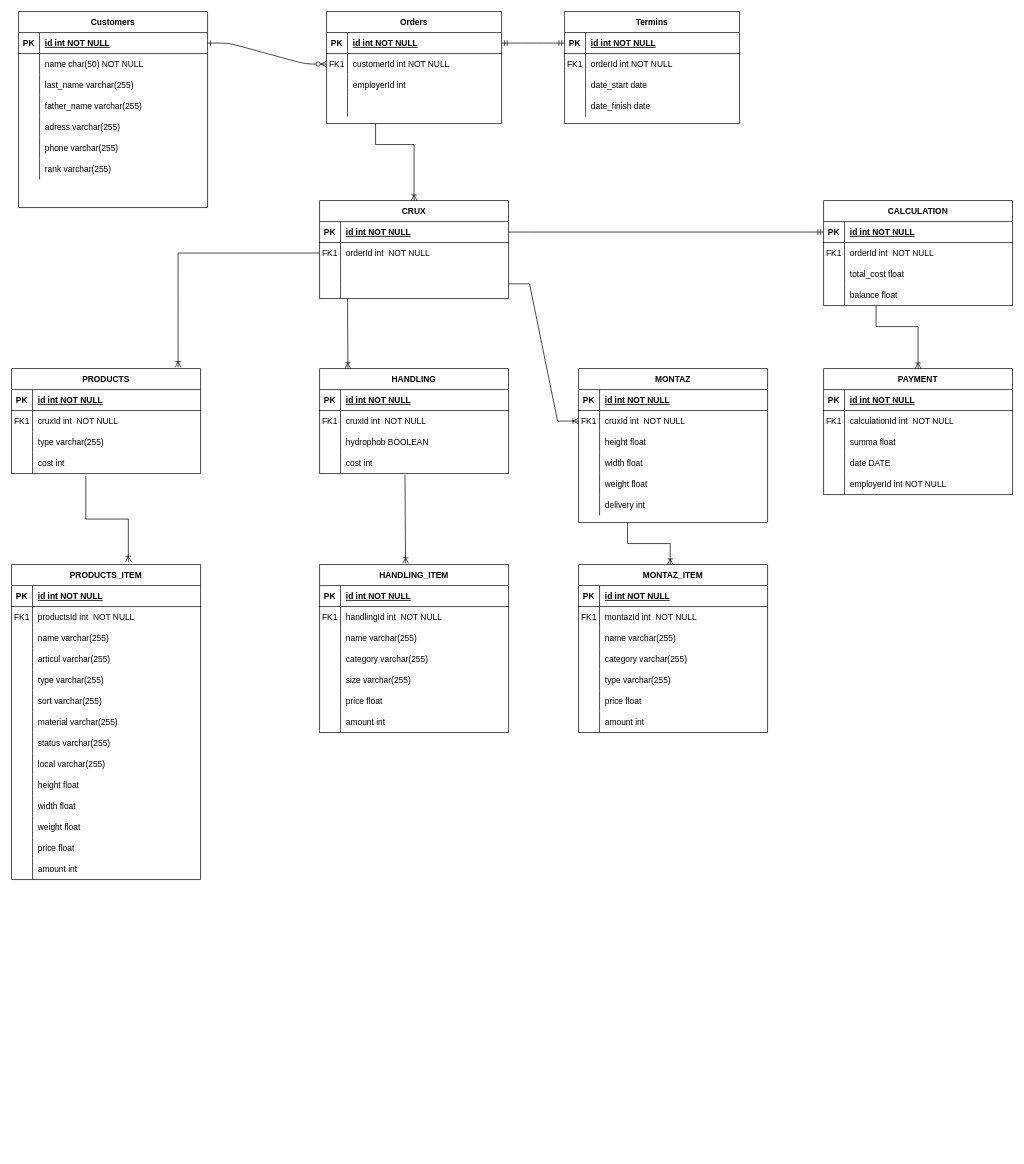
Above: Untitled Diagram.drawio in Tirpitztt/Dogs (draw.io), before the change. Source tidied: cells renumbered, new cells numbered last; positions are measured from the earlier drawing's top-left corner, leaving out a move shared by most shapes. Both pictures are drawn from the tidied source at 70%, with x=0, y=0 at pixel (11, 11).
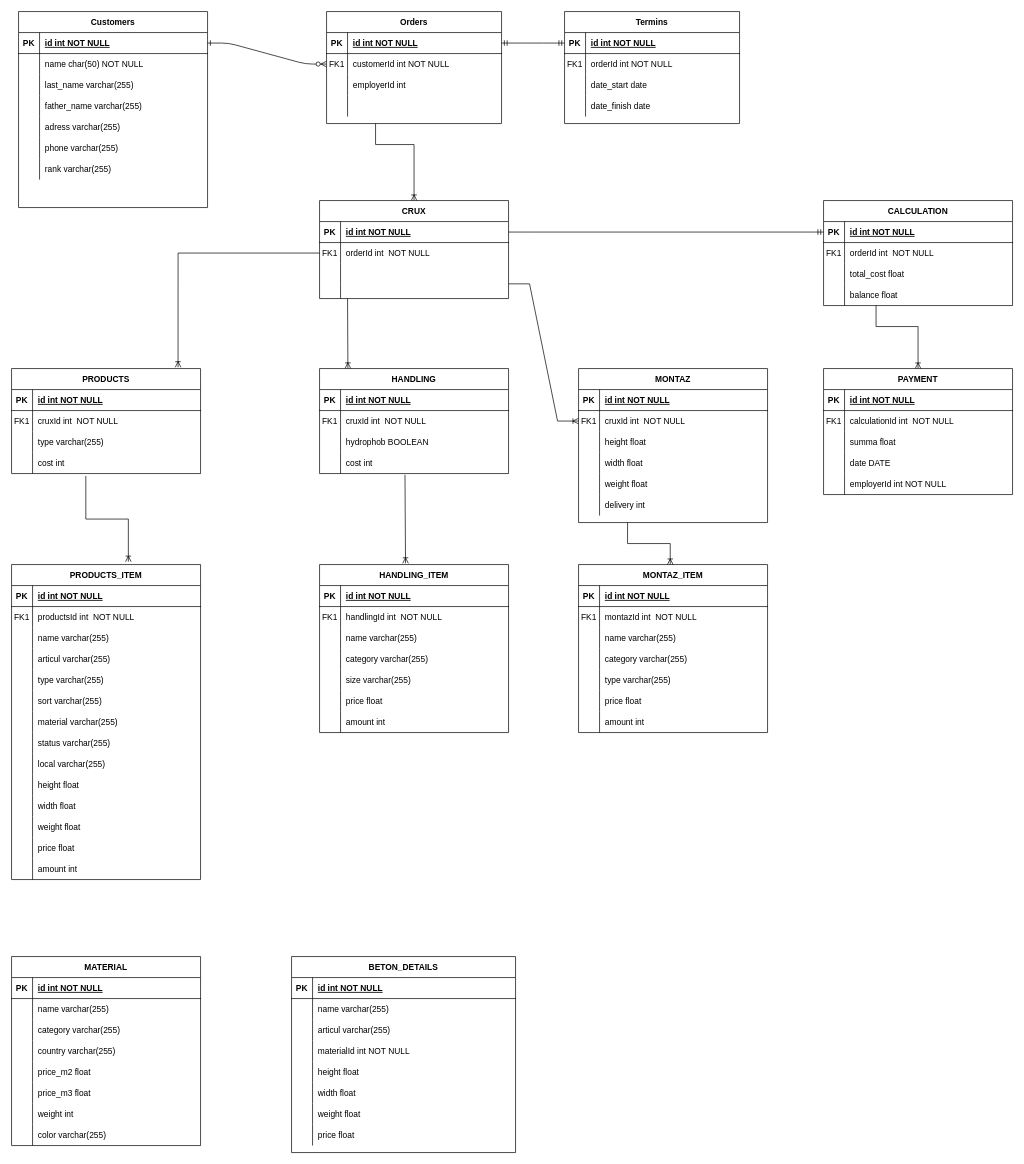
Above is the later version.

Diff of the diagram source:
```diff
@@
+    <mxCell id="235" value="MATERIAL" style="shape=table;startSize=30;childLayout=tableLayout;rowLines=0;fontStyle=1;align=center;" parent="1" vertex="1">
+      <mxGeometry y="1350" width="270" height="270" as="geometry" />
+    </mxCell>
+    <mxCell id="236" style="shape=partialRectangle;fillColor=none;top=0;left=0;right=0;bottom=1;" parent="235" vertex="1">
+      <mxGeometry y="30" width="270" height="30" as="geometry" />
+    </mxCell>
+    <mxCell id="237" value="PK" style="shape=partialRectangle;overflow=hidden;fillColor=none;top=0;left=0;bottom=0;right=0;fontStyle=1;" parent="236" vertex="1">
+      <mxGeometry width="30" height="30" as="geometry" />
+    </mxCell>
+    <mxCell id="238" value="id int NOT NULL " style="shape=partialRectangle;overflow=hidden;fillColor=none;top=0;left=0;bottom=0;right=0;align=left;spacingLeft=6;fontStyle=5;" parent="236" vertex="1">
+      <mxGeometry x="30" width="240" height="30" as="geometry" />
+    </mxCell>
+    <mxCell id="239" style="shape=partialRectangle;fillColor=none;top=0;left=0;right=0;bottom=0;" parent="235" vertex="1">
+      <mxGeometry y="60" width="270" height="30" as="geometry" />
+    </mxCell>
+    <mxCell id="240" style="shape=partialRectangle;overflow=hidden;fillColor=none;top=0;left=0;bottom=0;right=0;" parent="239" vertex="1">
+      <mxGeometry width="30" height="30" as="geometry" />
+    </mxCell>
+    <mxCell id="241" value="name varchar(255)" style="shape=partialRectangle;overflow=hidden;fillColor=none;top=0;left=0;bottom=0;right=0;align=left;spacingLeft=6;" parent="239" vertex="1">
+      <mxGeometry x="30" width="240" height="30" as="geometry" />
+    </mxCell>
+    <mxCell id="242" style="shape=partialRectangle;fillColor=none;top=0;left=0;right=0;bottom=0;" parent="235" vertex="1">
+      <mxGeometry y="90" width="270" height="30" as="geometry" />
+    </mxCell>
+    <mxCell id="243" style="shape=partialRectangle;overflow=hidden;fillColor=none;top=0;left=0;bottom=0;right=0;" parent="242" vertex="1">
+      <mxGeometry width="30" height="30" as="geometry" />
+    </mxCell>
+    <mxCell id="244" value="category varchar(255)" style="shape=partialRectangle;overflow=hidden;fillColor=none;top=0;left=0;bottom=0;right=0;align=left;spacingLeft=6;" parent="242" vertex="1">
+      <mxGeometry x="30" width="240" height="30" as="geometry" />
+    </mxCell>
+    <mxCell id="245" style="shape=partialRectangle;fillColor=none;top=0;left=0;right=0;bottom=0;" parent="235" vertex="1">
+      <mxGeometry y="120" width="270" height="30" as="geometry" />
+    </mxCell>
+    <mxCell id="246" style="shape=partialRectangle;overflow=hidden;fillColor=none;top=0;left=0;bottom=0;right=0;" parent="245" vertex="1">
+      <mxGeometry width="30" height="30" as="geometry" />
+    </mxCell>
+    <mxCell id="247" value="country varchar(255)" style="shape=partialRectangle;overflow=hidden;fillColor=none;top=0;left=0;bottom=0;right=0;align=left;spacingLeft=6;" parent="245" vertex="1">
+      <mxGeometry x="30" width="240" height="30" as="geometry" />
+    </mxCell>
+    <mxCell id="248" style="shape=partialRectangle;fillColor=none;top=0;left=0;right=0;bottom=0;" parent="235" vertex="1">
+      <mxGeometry y="150" width="270" height="30" as="geometry" />
+    </mxCell>
+    <mxCell id="249" style="shape=partialRectangle;overflow=hidden;fillColor=none;top=0;left=0;bottom=0;right=0;" parent="248" vertex="1">
+      <mxGeometry width="30" height="30" as="geometry" />
+    </mxCell>
+    <mxCell id="250" value="price_m2 float" style="shape=partialRectangle;overflow=hidden;fillColor=none;top=0;left=0;bottom=0;right=0;align=left;spacingLeft=6;" parent="248" vertex="1">
+      <mxGeometry x="30" width="240" height="30" as="geometry" />
+    </mxCell>
+    <mxCell id="251" style="shape=partialRectangle;fillColor=none;top=0;left=0;right=0;bottom=0;" parent="235" vertex="1">
+      <mxGeometry y="180" width="270" height="30" as="geometry" />
+    </mxCell>
+    <mxCell id="252" style="shape=partialRectangle;overflow=hidden;fillColor=none;top=0;left=0;bottom=0;right=0;" parent="251" vertex="1">
+      <mxGeometry width="30" height="30" as="geometry" />
+    </mxCell>
+    <mxCell id="253" value="price_m3 float" style="shape=partialRectangle;overflow=hidden;fillColor=none;top=0;left=0;bottom=0;right=0;align=left;spacingLeft=6;" parent="251" vertex="1">
+      <mxGeometry x="30" width="240" height="30" as="geometry" />
+    </mxCell>
+    <mxCell id="254" style="shape=partialRectangle;fillColor=none;top=0;left=0;right=0;bottom=0;" parent="235" vertex="1">
+      <mxGeometry y="210" width="270" height="30" as="geometry" />
+    </mxCell>
+    <mxCell id="255" style="shape=partialRectangle;overflow=hidden;fillColor=none;top=0;left=0;bottom=0;right=0;" parent="254" vertex="1">
+      <mxGeometry width="30" height="30" as="geometry" />
+    </mxCell>
+    <mxCell id="256" value="weight int" style="shape=partialRectangle;overflow=hidden;fillColor=none;top=0;left=0;bottom=0;right=0;align=left;spacingLeft=6;" parent="254" vertex="1">
+      <mxGeometry x="30" width="240" height="30" as="geometry" />
+    </mxCell>
+    <mxCell id="257" style="shape=partialRectangle;fillColor=none;top=0;left=0;right=0;bottom=0;" parent="235" vertex="1">
+      <mxGeometry y="240" width="270" height="30" as="geometry" />
+    </mxCell>
+    <mxCell id="258" style="shape=partialRectangle;overflow=hidden;fillColor=none;top=0;left=0;bottom=0;right=0;" parent="257" vertex="1">
+      <mxGeometry width="30" height="30" as="geometry" />
+    </mxCell>
+    <mxCell id="259" value="color varchar(255)" style="shape=partialRectangle;overflow=hidden;fillColor=none;top=0;left=0;bottom=0;right=0;align=left;spacingLeft=6;" parent="257" vertex="1">
+      <mxGeometry x="30" width="240" height="30" as="geometry" />
+    </mxCell>
+    <mxCell id="260" value="BETON_DETAILS" style="shape=table;startSize=30;childLayout=tableLayout;rowLines=0;fontStyle=1;align=center;" parent="1" vertex="1">
+      <mxGeometry x="400" y="1350" width="320" height="280" as="geometry" />
+    </mxCell>
+    <mxCell id="261" style="shape=partialRectangle;fillColor=none;top=0;left=0;bottom=1;right=0;" parent="260" vertex="1">
+      <mxGeometry y="30" width="320" height="30" as="geometry" />
+    </mxCell>
+    <mxCell id="262" value="PK" style="shape=partialRectangle;fillColor=none;top=0;left=0;bottom=0;right=0;fontStyle=1;overflow=hidden;" parent="261" vertex="1">
+      <mxGeometry width="30" height="30" as="geometry" />
+    </mxCell>
+    <mxCell id="263" value="id int NOT NULL" style="shape=partialRectangle;fillColor=none;top=0;left=0;bottom=0;right=0;align=left;spacingLeft=6;fontStyle=5;overflow=hidden;" parent="261" vertex="1">
+      <mxGeometry x="30" width="290" height="30" as="geometry" />
+    </mxCell>
+    <mxCell id="264" style="shape=partialRectangle;fillColor=none;top=0;left=0;bottom=0;right=0;" parent="260" vertex="1">
+      <mxGeometry y="60" width="320" height="30" as="geometry" />
+    </mxCell>
+    <mxCell id="265" style="shape=partialRectangle;fillColor=none;top=0;left=0;bottom=0;right=0;overflow=hidden;" parent="264" vertex="1">
+      <mxGeometry width="30" height="30" as="geometry" />
+    </mxCell>
+    <mxCell id="266" value="name varchar(255)" style="shape=partialRectangle;fillColor=none;top=0;left=0;bottom=0;right=0;align=left;spacingLeft=6;overflow=hidden;" parent="264" vertex="1">
+      <mxGeometry x="30" width="290" height="30" as="geometry" />
+    </mxCell>
+    <mxCell id="267" style="shape=partialRectangle;fillColor=none;top=0;left=0;bottom=0;right=0;" parent="260" vertex="1">
+      <mxGeometry y="90" width="320" height="30" as="geometry" />
+    </mxCell>
+    <mxCell id="268" style="shape=partialRectangle;fillColor=none;top=0;left=0;bottom=0;right=0;overflow=hidden;" parent="267" vertex="1">
+      <mxGeometry width="30" height="30" as="geometry" />
+    </mxCell>
+    <mxCell id="269" value="articul varchar(255)" style="shape=partialRectangle;fillColor=none;top=0;left=0;bottom=0;right=0;align=left;spacingLeft=6;overflow=hidden;" parent="267" vertex="1">
+      <mxGeometry x="30" width="290" height="30" as="geometry" />
+    </mxCell>
+    <mxCell id="270" style="shape=partialRectangle;fillColor=none;top=0;left=0;bottom=0;right=0;" parent="260" vertex="1">
+      <mxGeometry y="120" width="320" height="30" as="geometry" />
+    </mxCell>
+    <mxCell id="271" style="shape=partialRectangle;fillColor=none;top=0;left=0;bottom=0;right=0;overflow=hidden;" parent="270" vertex="1">
+      <mxGeometry width="30" height="30" as="geometry" />
+    </mxCell>
+    <mxCell id="272" value="materialId int NOT NULL" style="shape=partialRectangle;fillColor=none;top=0;left=0;bottom=0;right=0;align=left;spacingLeft=6;overflow=hidden;" parent="270" vertex="1">
+      <mxGeometry x="30" width="290" height="30" as="geometry" />
+    </mxCell>
+    <mxCell id="273" style="shape=partialRectangle;fillColor=none;top=0;left=0;bottom=0;right=0;" parent="260" vertex="1">
+      <mxGeometry y="150" width="320" height="30" as="geometry" />
+    </mxCell>
+    <mxCell id="274" style="shape=partialRectangle;fillColor=none;top=0;left=0;bottom=0;right=0;overflow=hidden;" parent="273" vertex="1">
+      <mxGeometry width="30" height="30" as="geometry" />
+    </mxCell>
+    <mxCell id="275" value="height float" style="shape=partialRectangle;fillColor=none;top=0;left=0;bottom=0;right=0;align=left;spacingLeft=6;overflow=hidden;" parent="273" vertex="1">
+      <mxGeometry x="30" width="290" height="30" as="geometry" />
+    </mxCell>
+    <mxCell id="276" style="shape=partialRectangle;fillColor=none;top=0;left=0;bottom=0;right=0;" parent="260" vertex="1">
+      <mxGeometry y="180" width="320" height="30" as="geometry" />
+    </mxCell>
+    <mxCell id="277" style="shape=partialRectangle;fillColor=none;top=0;left=0;bottom=0;right=0;overflow=hidden;" parent="276" vertex="1">
+      <mxGeometry width="30" height="30" as="geometry" />
+    </mxCell>
+    <mxCell id="278" value="width float" style="shape=partialRectangle;fillColor=none;top=0;left=0;bottom=0;right=0;align=left;spacingLeft=6;overflow=hidden;" parent="276" vertex="1">
+      <mxGeometry x="30" width="290" height="30" as="geometry" />
+    </mxCell>
+    <mxCell id="279" style="shape=partialRectangle;fillColor=none;top=0;left=0;bottom=0;right=0;" parent="260" vertex="1">
+      <mxGeometry y="210" width="320" height="30" as="geometry" />
+    </mxCell>
+    <mxCell id="280" style="shape=partialRectangle;fillColor=none;top=0;left=0;bottom=0;right=0;overflow=hidden;" parent="279" vertex="1">
+      <mxGeometry width="30" height="30" as="geometry" />
+    </mxCell>
+    <mxCell id="281" value="weight float" style="shape=partialRectangle;fillColor=none;top=0;left=0;bottom=0;right=0;align=left;spacingLeft=6;overflow=hidden;" parent="279" vertex="1">
+      <mxGeometry x="30" width="290" height="30" as="geometry" />
+    </mxCell>
+    <mxCell id="282" style="shape=partialRectangle;fillColor=none;top=0;left=0;bottom=0;right=0;" parent="260" vertex="1">
+      <mxGeometry y="240" width="320" height="30" as="geometry" />
+    </mxCell>
+    <mxCell id="283" style="shape=partialRectangle;fillColor=none;top=0;left=0;bottom=0;right=0;overflow=hidden;" parent="282" vertex="1">
+      <mxGeometry width="30" height="30" as="geometry" />
+    </mxCell>
+    <mxCell id="284" value="price float" style="shape=partialRectangle;fillColor=none;top=0;left=0;bottom=0;right=0;align=left;spacingLeft=6;overflow=hidden;" parent="282" vertex="1">
+      <mxGeometry x="30" width="290" height="30" as="geometry" />
+    </mxCell>
```
